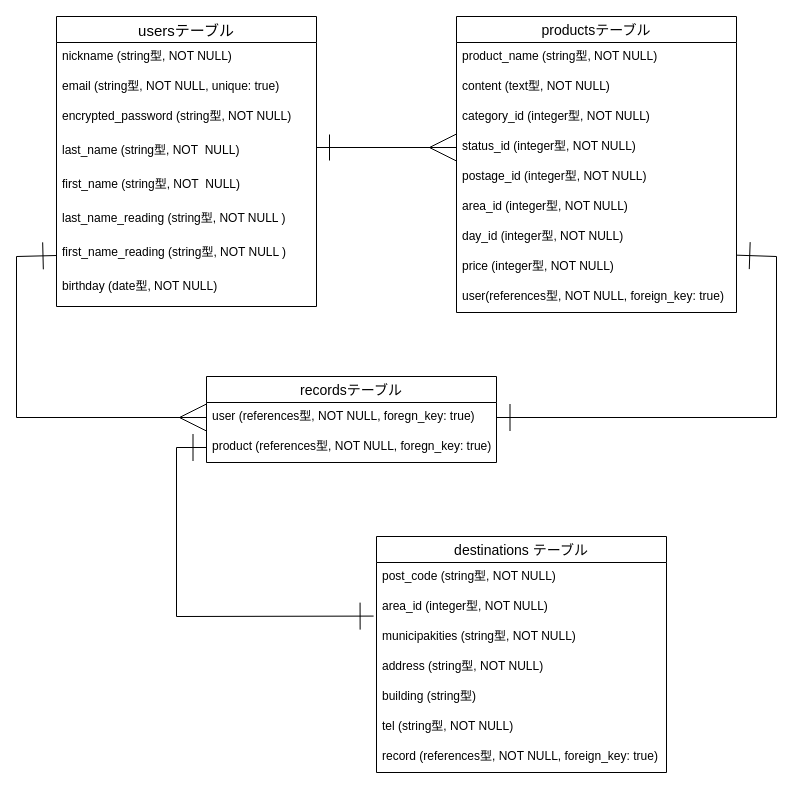
Above: ER.dio in potato972/furima-36681 (draw.io), before the change. Source tidied: cells renumbered, new cells numbered last; positions are measured from the earlier drawing's top-left corner, leaving out a move shared by most shapes. Both pictures are drawn from the tidied source at 100%, with x=0, y=0 at pixel (16, 16).
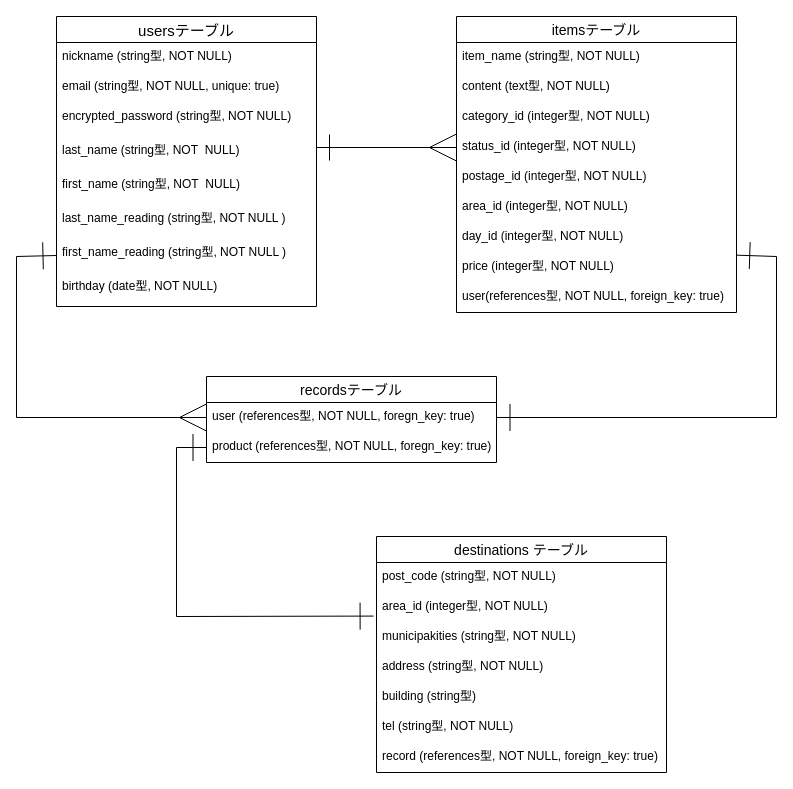
The same diagram, later.

What changed in the source:
```diff
@@
-    <mxCell id="12" value="productsテーブル" style="swimlane;fontStyle=0;horizontal=1;startSize=26;align=center;fontSize=14;html=0;" parent="1" vertex="1">
+    <mxCell id="12" value="itemsテーブル" style="swimlane;fontStyle=0;horizontal=1;startSize=26;align=center;fontSize=14;html=0;" parent="1" vertex="1">
       <mxGeometry x="440" width="280" height="296" as="geometry" />
     </mxCell>
-    <mxCell id="13" value="product_name (string型, NOT NULL)" style="text;strokeColor=none;fillColor=none;spacingLeft=4;spacingRight=4;overflow=hidden;fontSize=12;" parent="12" vertex="1">
+    <mxCell id="13" value="item_name (string型, NOT NULL)" style="text;strokeColor=none;fillColor=none;spacingLeft=4;spacingRight=4;overflow=hidden;fontSize=12;" parent="12" vertex="1">
       <mxGeometry y="26" width="280" height="30" as="geometry" />
     </mxCell>
```
